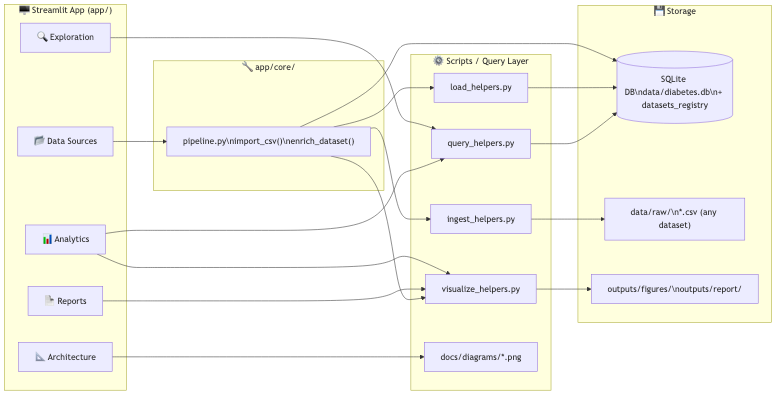
lukaszpaciorkowski/alk_projektsemestralny2 keeps this Mermaid diagram as docs/diagrams/app_architecture.png. Above is the earlier version. Its source is kept beside it as docs/diagrams/app_architecture.mmd.
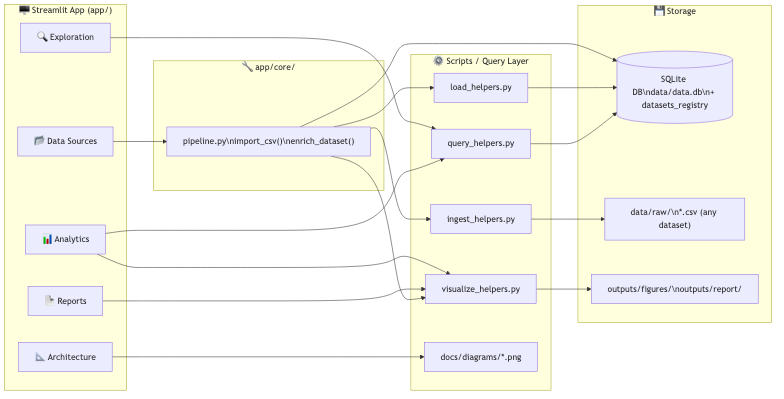
Above is the later version.

Commit message:
feat: switch DB to data/data.db, add multi-dataset import (heart, pima), re-render diagrams

What changed in the source:
```diff
@@ -17,7 +17,7 @@
         DG["docs/diagrams/*.png"]
     end
     subgraph Storage ["💾 Storage"]
-        DB[("SQLite DB\ndata/diabetes.db\n+ datasets_registry")]
+        DB[("SQLite DB\ndata/data.db\n+ datasets_registry")]
         CSV["data/raw/\n*.csv (any dataset)"]
         OUT["outputs/figures/\noutputs/report/"]
     end
```
